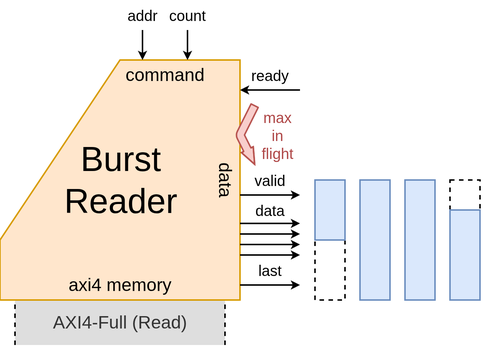
pc2/sus-xrt keeps this draw.io diagram as img/burst_reader.png. Above is the earlier version. Source tidied: cells renumbered, new cells last; positions are measured from the earlier drawing's top-left corner, leaving out a move shared by most shapes.
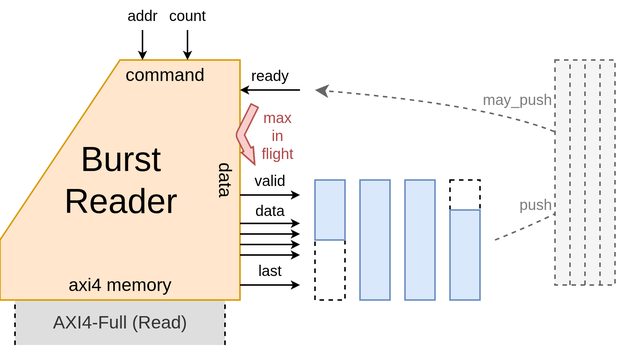
After the commit.

Commit message:
Slight improvements to the burst reader/writer pictures

The edit, as a diff of the source:
```diff
@@ -128,5 +128,40 @@
     <mxCell id="33" style="rounded=0;whiteSpace=wrap;html=1;fillColor=#dae8fc;strokeColor=#6c8ebf;" parent="1" vertex="1">
       <mxGeometry x="300" y="140" width="20" height="60" as="geometry" />
     </mxCell>
+    <mxCell id="34" style="endArrow=classic;html=1;rounded=0;curved=1;fillColor=#f5f5f5;strokeColor=#666666;dashed=1;" parent="1" edge="1">
+      <mxGeometry relative="1" as="geometry">
+        <mxPoint x="330" y="160" as="sourcePoint" />
+        <mxPoint x="210" y="60" as="targetPoint" />
+        <Array as="points">
+          <mxPoint x="380" y="140" />
+          <mxPoint x="420" y="110" />
+          <mxPoint x="330" y="70" />
+        </Array>
+      </mxGeometry>
+    </mxCell>
+    <mxCell id="35" style="rounded=0;whiteSpace=wrap;html=1;fillColor=#f5f5f5;fontColor=#333333;strokeColor=#666666;dashed=1;" parent="1" vertex="1">
+      <mxGeometry x="370" y="40" width="40" height="150" as="geometry" />
+    </mxCell>
+    <mxCell id="36" style="endArrow=none;dashed=1;html=1;rounded=0;entryX=0.5;entryY=0;entryDx=0;entryDy=0;exitX=0.5;exitY=1;exitDx=0;exitDy=0;fillColor=#f5f5f5;strokeColor=#666666;" parent="1" edge="1" source="35" target="35">
+      <mxGeometry relative="1" as="geometry" />
+    </mxCell>
+    <mxCell id="37" style="endArrow=none;dashed=1;html=1;rounded=0;entryX=0.5;entryY=0;entryDx=0;entryDy=0;exitX=0.5;exitY=1;exitDx=0;exitDy=0;fillColor=#f5f5f5;strokeColor=#666666;" parent="1" edge="1">
+      <mxGeometry relative="1" as="geometry">
+        <mxPoint x="400" y="190" as="sourcePoint" />
+        <mxPoint x="400" y="40" as="targetPoint" />
+      </mxGeometry>
+    </mxCell>
+    <mxCell id="38" style="endArrow=none;dashed=1;html=1;rounded=0;entryX=0.5;entryY=0;entryDx=0;entryDy=0;exitX=0.5;exitY=1;exitDx=0;exitDy=0;fillColor=#f5f5f5;strokeColor=#666666;" parent="1" edge="1">
+      <mxGeometry relative="1" as="geometry">
+        <mxPoint x="380" y="190" as="sourcePoint" />
+        <mxPoint x="380" y="40" as="targetPoint" />
+      </mxGeometry>
+    </mxCell>
+    <mxCell id="39" value="may_push" style="text;html=1;whiteSpace=wrap;strokeColor=none;fillColor=none;align=right;verticalAlign=middle;rounded=0;fontSize=10;fontColor=#7E7E7E;" parent="1" vertex="1">
+      <mxGeometry x="330" y="56" width="40" height="20" as="geometry" />
+    </mxCell>
+    <mxCell id="40" value="push" style="text;html=1;whiteSpace=wrap;strokeColor=none;fillColor=none;align=right;verticalAlign=middle;rounded=0;fontSize=10;fontColor=#7E7E7E;" parent="1" vertex="1">
+      <mxGeometry x="330" y="126" width="40" height="20" as="geometry" />
+    </mxCell>
   </root>
 </mxGraphModel>
```
